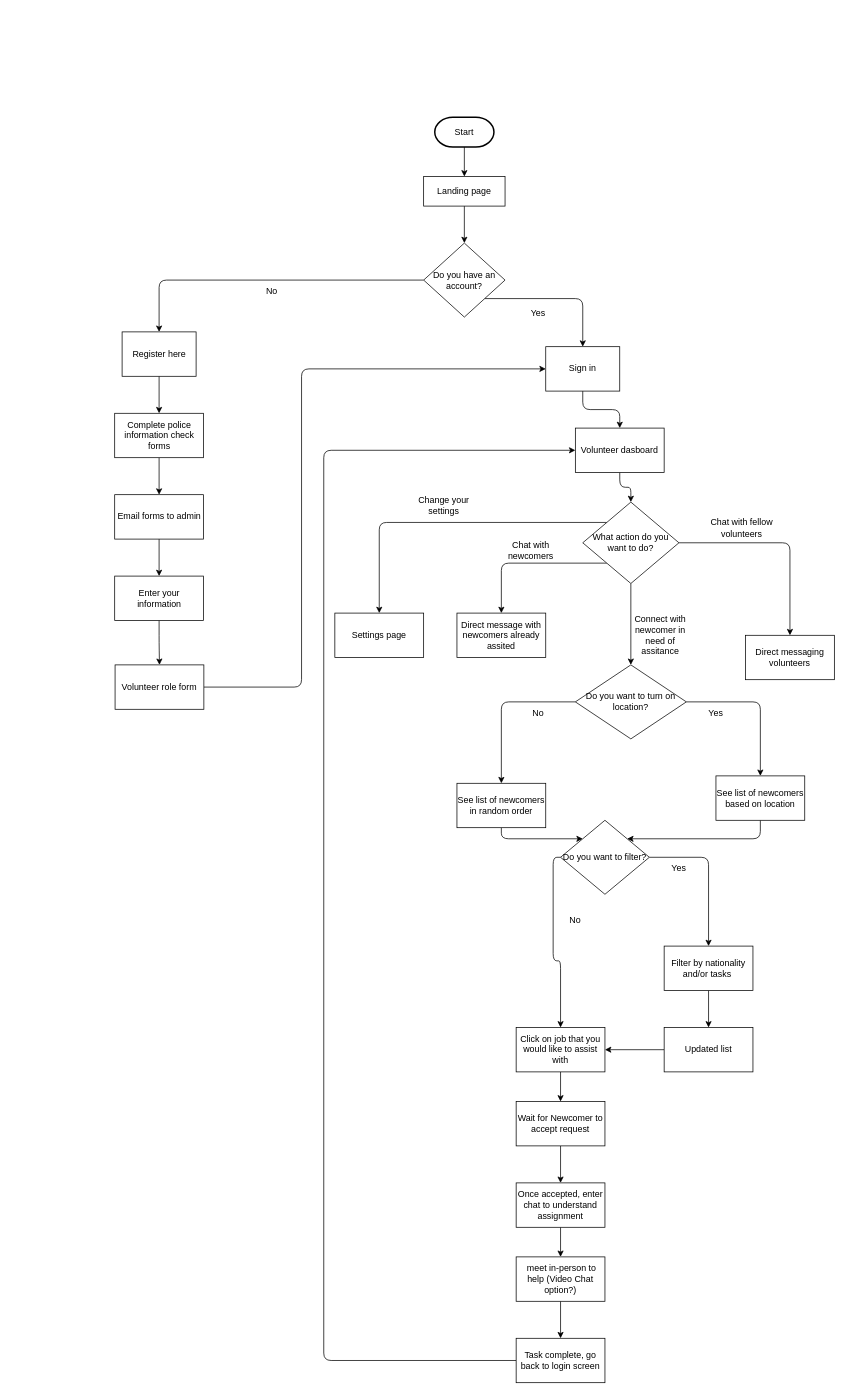
Above: flowcharts/volunteer.drawio in Cody2022/earthlings (draw.io), before the change. Source tidied: cells renumbered, new cells numbered last; positions are measured from the earlier drawing's top-left corner, leaving out a move shared by most shapes. Both pictures are drawn from the tidied source at 74%, with x=0, y=0 at pixel (115, 117).
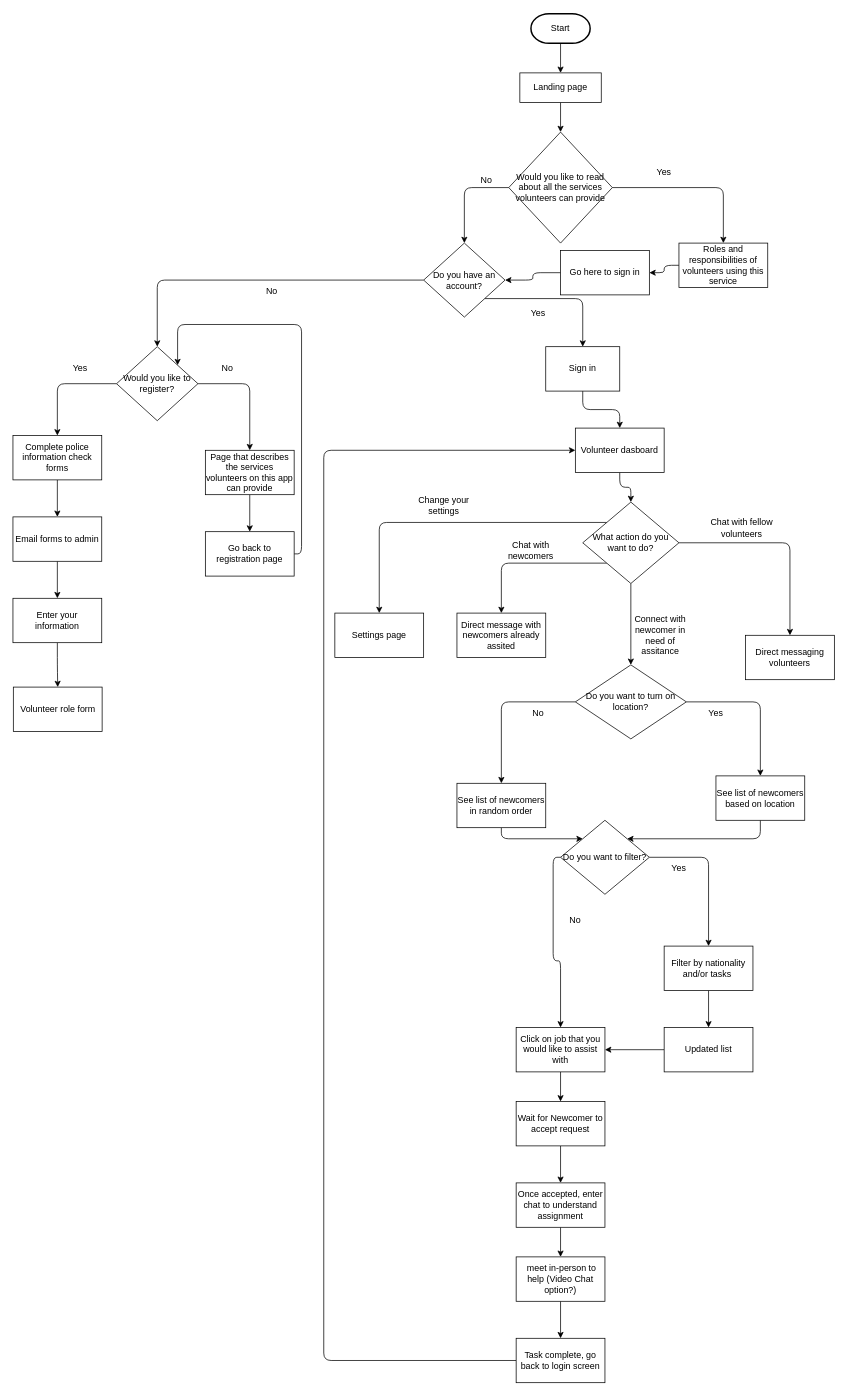
The same diagram, later.

Commit message (it also covers changes not shown here):
*FIXED Updated volunteer flowchart, started working on user flowchart

The change refers to these unchanged cells:
```xml
<mxCell id="8" value="Do you have an account?" style="rhombus;whiteSpace=wrap;html=1;" parent="1" vertex="1">
  <mxGeometry x="417" y="170" width="110" height="100" as="geometry" />
</mxCell>
<mxCell id="12" value="Sign in" style="rounded=0;whiteSpace=wrap;html=1;" parent="1" vertex="1">
  <mxGeometry x="582" y="310" width="100" height="60" as="geometry" />
</mxCell>
```

What changed in the source:
```diff
@@
     <mxCell id="3" value="Start" style="strokeWidth=2;html=1;shape=mxgraph.flowchart.terminator;whiteSpace=wrap;" parent="1" vertex="1">
-      <mxGeometry x="432" width="80" height="40" as="geometry" />
+      <mxGeometry x="562" y="-140" width="80" height="40" as="geometry" />
     </mxCell>
-    <mxCell id="4" style="edgeStyle=none;html=1;exitX=0.5;exitY=1;exitDx=0;exitDy=0;entryX=0.5;entryY=0;entryDx=0;entryDy=0;" parent="1" edge="1" source="5" target="8">
-      <mxGeometry relative="1" as="geometry" />
-    </mxCell>
+    <mxCell id="65" style="edgeStyle=orthogonalEdgeStyle;html=1;exitX=0.5;exitY=1;exitDx=0;exitDy=0;entryX=0.5;entryY=0;entryDx=0;entryDy=0;" parent="1" edge="1" source="5" target="77">
+      <mxGeometry relative="1" as="geometry" />
+    </mxCell>
     <mxCell id="5" value="Landing page" style="rounded=0;whiteSpace=wrap;html=1;" parent="1" vertex="1">
-      <mxGeometry x="417" y="80" width="110" height="40" as="geometry" />
+      <mxGeometry x="547" y="-60" width="110" height="40" as="geometry" />
     </mxCell>
@@
-    <mxCell id="7" style="edgeStyle=orthogonalEdgeStyle;html=1;entryX=0.5;entryY=0;entryDx=0;entryDy=0;exitX=0;exitY=0.5;exitDx=0;exitDy=0;" parent="1" edge="1" source="8" target="14">
+    <mxCell id="7" style="edgeStyle=orthogonalEdgeStyle;html=1;entryX=0.5;entryY=0;entryDx=0;entryDy=0;exitX=0;exitY=0.5;exitDx=0;exitDy=0;" parent="1" edge="1" source="8" target="68">
       <mxGeometry relative="1" as="geometry" />
     </mxCell>
@@
-    <mxCell id="13" style="edgeStyle=orthogonalEdgeStyle;html=1;exitX=0.5;exitY=1;exitDx=0;exitDy=0;entryX=0.5;entryY=0;entryDx=0;entryDy=0;" parent="1" edge="1" source="14" target="58">
-      <mxGeometry relative="1" as="geometry" />
-    </mxCell>
-    <mxCell id="14" value="Register here" style="rounded=0;whiteSpace=wrap;html=1;" parent="1" vertex="1">
-      <mxGeometry x="9.5" y="290" width="100" height="60" as="geometry" />
-    </mxCell>
@@
     <mxCell id="58" value="Complete police information check forms" style="rounded=0;whiteSpace=wrap;html=1;" parent="1" vertex="1">
-      <mxGeometry x="-0.5" y="400" width="120" height="60" as="geometry" />
+      <mxGeometry x="-138" y="430" width="120" height="60" as="geometry" />
     </mxCell>
@@
     <mxCell id="60" value="Email forms to admin" style="rounded=0;whiteSpace=wrap;html=1;" parent="1" vertex="1">
-      <mxGeometry x="-0.5" y="510" width="120" height="60" as="geometry" />
+      <mxGeometry x="-138" y="540" width="120" height="60" as="geometry" />
     </mxCell>
@@
     <mxCell id="62" value="Enter your information" style="rounded=0;whiteSpace=wrap;html=1;" parent="1" vertex="1">
-      <mxGeometry x="-0.5" y="620" width="120" height="60" as="geometry" />
+      <mxGeometry x="-138" y="650" width="120" height="60" as="geometry" />
     </mxCell>
-    <mxCell id="63" style="edgeStyle=orthogonalEdgeStyle;html=1;exitX=1;exitY=0.5;exitDx=0;exitDy=0;entryX=0;entryY=0.5;entryDx=0;entryDy=0;" parent="1" edge="1" source="64" target="12">
-      <mxGeometry relative="1" as="geometry">
-        <Array as="points">
-          <mxPoint x="252" y="770" />
-          <mxPoint x="252" y="340" />
-        </Array>
-      </mxGeometry>
-    </mxCell>
     <mxCell id="64" value="Volunteer role form" style="rounded=0;whiteSpace=wrap;html=1;" parent="1" vertex="1">
-      <mxGeometry y="740" width="120" height="60" as="geometry" />
+      <mxGeometry x="-137.5" y="770" width="120" height="60" as="geometry" />
     </mxCell>
+    <mxCell id="66" style="edgeStyle=orthogonalEdgeStyle;html=1;exitX=0;exitY=0.5;exitDx=0;exitDy=0;" parent="1" edge="1" source="68" target="58">
+      <mxGeometry relative="1" as="geometry" />
+    </mxCell>
+    <mxCell id="67" style="edgeStyle=orthogonalEdgeStyle;html=1;exitX=1;exitY=0.5;exitDx=0;exitDy=0;entryX=0.5;entryY=0;entryDx=0;entryDy=0;" parent="1" edge="1" source="68" target="71">
+      <mxGeometry relative="1" as="geometry" />
+    </mxCell>
+    <mxCell id="68" value="Would you like to register?" style="rhombus;whiteSpace=wrap;html=1;" parent="1" vertex="1">
+      <mxGeometry x="2" y="310" width="110" height="100" as="geometry" />
+    </mxCell>
+    <mxCell id="69" value="Yes" style="text;html=1;strokeColor=none;fillColor=none;align=center;verticalAlign=middle;whiteSpace=wrap;rounded=0;" parent="1" vertex="1">
+      <mxGeometry x="-77.5" y="325" width="60" height="30" as="geometry" />
+    </mxCell>
+    <mxCell id="70" style="edgeStyle=orthogonalEdgeStyle;html=1;exitX=0.5;exitY=1;exitDx=0;exitDy=0;entryX=0.5;entryY=0;entryDx=0;entryDy=0;" parent="1" edge="1" source="71" target="74">
+      <mxGeometry relative="1" as="geometry" />
+    </mxCell>
+    <mxCell id="71" value="Page that describes the services volunteers on this app can provide" style="rounded=0;whiteSpace=wrap;html=1;" parent="1" vertex="1">
+      <mxGeometry x="122" y="450" width="120" height="60" as="geometry" />
+    </mxCell>
+    <mxCell id="72" value="No" style="text;html=1;strokeColor=none;fillColor=none;align=center;verticalAlign=middle;whiteSpace=wrap;rounded=0;" parent="1" vertex="1">
+      <mxGeometry x="122" y="325" width="60" height="30" as="geometry" />
+    </mxCell>
+    <mxCell id="73" style="edgeStyle=orthogonalEdgeStyle;html=1;exitX=1;exitY=0.5;exitDx=0;exitDy=0;entryX=1;entryY=0;entryDx=0;entryDy=0;" parent="1" edge="1" source="74" target="68">
+      <mxGeometry relative="1" as="geometry">
+        <Array as="points">
+          <mxPoint x="252" y="590" />
+          <mxPoint x="252" y="280" />
+          <mxPoint x="85" y="280" />
+        </Array>
+      </mxGeometry>
+    </mxCell>
+    <mxCell id="74" value="Go back to registration page" style="rounded=0;whiteSpace=wrap;html=1;" parent="1" vertex="1">
+      <mxGeometry x="122" y="560" width="120" height="60" as="geometry" />
+    </mxCell>
+    <mxCell id="75" style="edgeStyle=orthogonalEdgeStyle;html=1;exitX=0;exitY=0.5;exitDx=0;exitDy=0;entryX=0.5;entryY=0;entryDx=0;entryDy=0;" parent="1" edge="1" source="77" target="8">
+      <mxGeometry relative="1" as="geometry" />
+    </mxCell>
+    <mxCell id="76" style="edgeStyle=orthogonalEdgeStyle;html=1;exitX=1;exitY=0.5;exitDx=0;exitDy=0;entryX=0.5;entryY=0;entryDx=0;entryDy=0;" parent="1" edge="1" source="77" target="80">
+      <mxGeometry relative="1" as="geometry" />
+    </mxCell>
+    <mxCell id="77" value="Would you like to read about all the services volunteers can provide" style="rhombus;whiteSpace=wrap;html=1;" parent="1" vertex="1">
+      <mxGeometry x="532" y="20" width="140" height="150" as="geometry" />
+    </mxCell>
+    <mxCell id="78" value="No" style="text;html=1;strokeColor=none;fillColor=none;align=center;verticalAlign=middle;whiteSpace=wrap;rounded=0;" parent="1" vertex="1">
+      <mxGeometry x="472" y="70" width="60" height="30" as="geometry" />
+    </mxCell>
+    <mxCell id="79" style="edgeStyle=orthogonalEdgeStyle;html=1;exitX=0;exitY=0.5;exitDx=0;exitDy=0;entryX=1;entryY=0.5;entryDx=0;entryDy=0;" parent="1" edge="1" source="80" target="83">
+      <mxGeometry relative="1" as="geometry" />
+    </mxCell>
+    <mxCell id="80" value="Roles and responsibilities of volunteers using this service" style="rounded=0;whiteSpace=wrap;html=1;" parent="1" vertex="1">
+      <mxGeometry x="762" y="170" width="120" height="60" as="geometry" />
+    </mxCell>
+    <mxCell id="81" value="Yes" style="text;html=1;strokeColor=none;fillColor=none;align=center;verticalAlign=middle;whiteSpace=wrap;rounded=0;" parent="1" vertex="1">
+      <mxGeometry x="712" y="60" width="60" height="30" as="geometry" />
+    </mxCell>
+    <mxCell id="82" style="edgeStyle=orthogonalEdgeStyle;html=1;exitX=0;exitY=0.5;exitDx=0;exitDy=0;" parent="1" edge="1" source="83" target="8">
+      <mxGeometry relative="1" as="geometry" />
+    </mxCell>
+    <mxCell id="83" value="Go here to sign in" style="rounded=0;whiteSpace=wrap;html=1;" parent="1" vertex="1">
+      <mxGeometry x="602" y="180" width="120" height="60" as="geometry" />
+    </mxCell>
```
